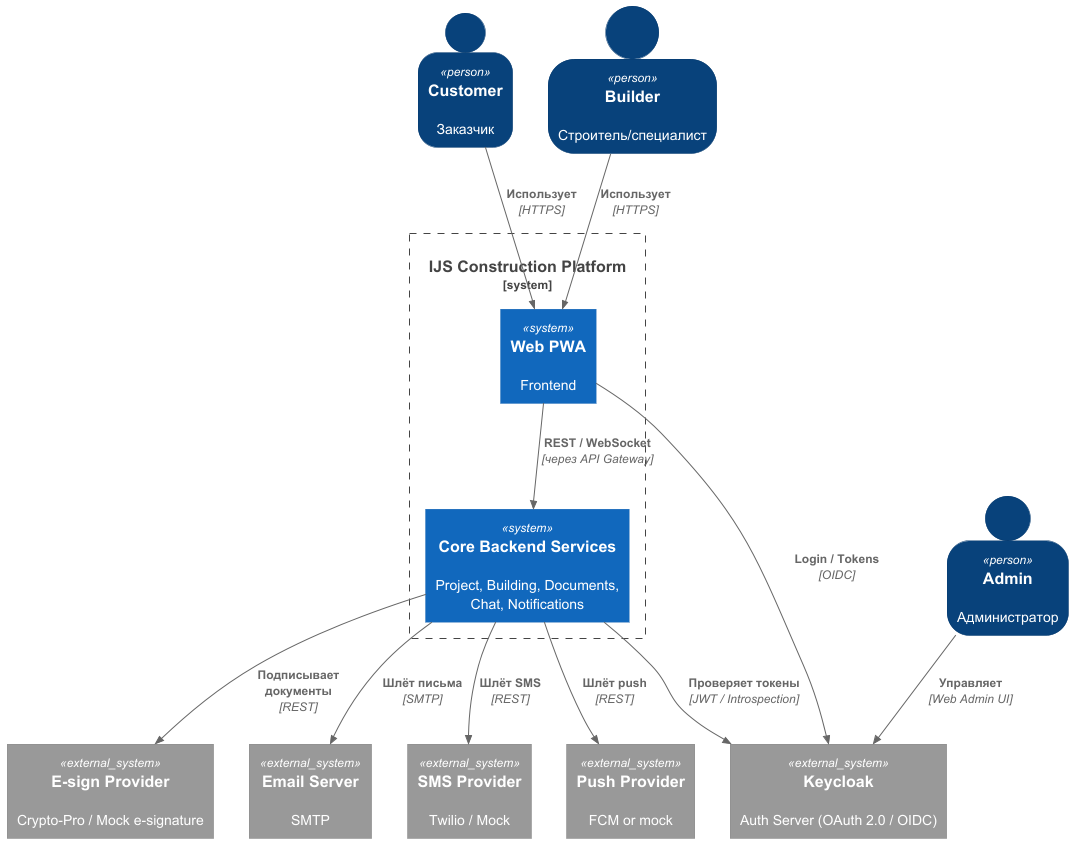
Earlier version of the PlantUML export docs/context.png (dSofarts/domium). Its diagram source:
```plantuml
@startuml
!include https://raw.githubusercontent.com/plantuml-stdlib/C4-PlantUML/master/C4_Component.puml

SHOW_PERSON_OUTLINE()

Person(customer, "Customer", "Заказчик")
Person(builder, "Builder", "Строитель/специалист")
Person(admin, "Admin", "Администратор")

System_Boundary(sys, "IJS Construction Platform") {
  System(core, "Core Backend Services", "Project, Building, Documents, Chat, Notifications")
  System(frontend, "Web PWA", "Frontend")
}

System_Ext(keycloak, "Keycloak", "Auth Server (OAuth 2.0 / OIDC)")
System_Ext(pay, "E-sign Provider", "Crypto-Pro / Mock e-signature")
System_Ext(email, "Email Server", "SMTP")
System_Ext(sms, "SMS Provider", "Twilio / Mock")
System_Ext(push, "Push Provider", "FCM or mock")

Rel(customer, frontend, "Использует", "HTTPS")
Rel(builder, frontend, "Использует", "HTTPS")
Rel(admin, keycloak, "Управляет", "Web Admin UI")

Rel(frontend, keycloak, "Login / Tokens", "OIDC")
Rel(frontend, core, "REST / WebSocket", "через API Gateway")

Rel(core, keycloak, "Проверяет токены", "JWT / Introspection")
Rel(core, pay, "Подписывает документы", "REST")
Rel(core, email, "Шлёт письма", "SMTP")
Rel(core, sms, "Шлёт SMS", "REST")
Rel(core, push, "Шлёт push", "REST")

@enduml
```
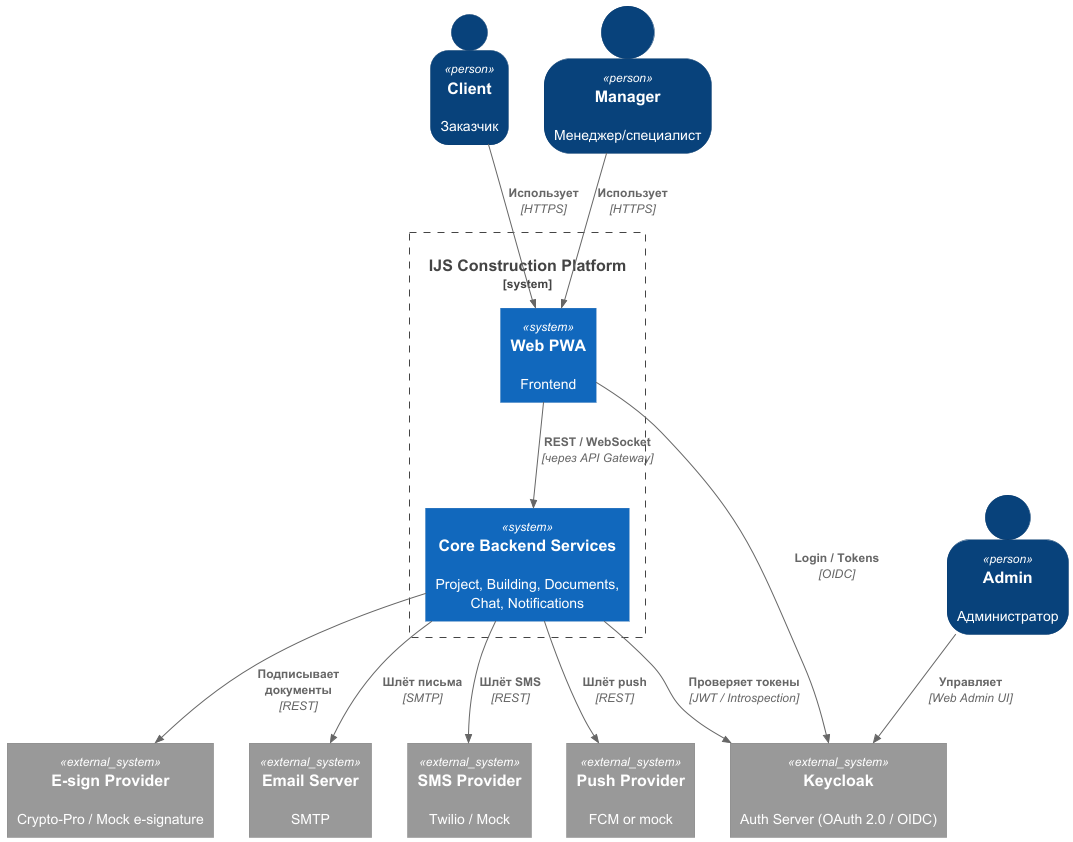
After the change.

Diff of the diagram source:
```diff
@@ -3,8 +3,8 @@
 
 SHOW_PERSON_OUTLINE()
 
-Person(customer, "Customer", "Заказчик")
-Person(builder, "Builder", "Строитель/специалист")
+Person(client, "Client", "Заказчик")
+Person(manager, "Manager", "Менеджер/специалист")
 Person(admin, "Admin", "Администратор")
 
 System_Boundary(sys, "IJS Construction Platform") {
@@ -18,8 +18,8 @@
 System_Ext(sms, "SMS Provider", "Twilio / Mock")
 System_Ext(push, "Push Provider", "FCM or mock")
 
-Rel(customer, frontend, "Использует", "HTTPS")
-Rel(builder, frontend, "Использует", "HTTPS")
+Rel(client, frontend, "Использует", "HTTPS")
+Rel(manager, frontend, "Использует", "HTTPS")
 Rel(admin, keycloak, "Управляет", "Web Admin UI")
 
 Rel(frontend, keycloak, "Login / Tokens", "OIDC")
```
